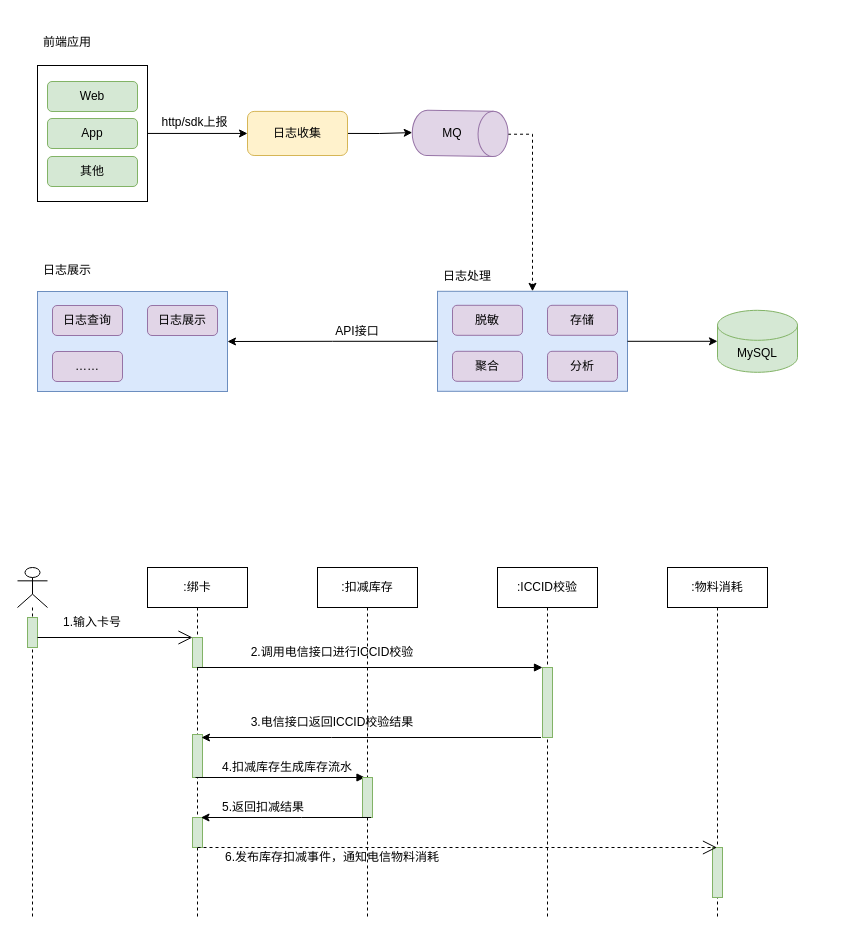
Above: 日志埋点收集.drawio in vvhard/draw_io (draw.io), before the change. Source tidied: cells renumbered, new cells numbered last; positions are measured from the earlier drawing's top-left corner, leaving out a move shared by most shapes. Both pictures are drawn from the tidied source at 100%, with x=0, y=0 at pixel (17, 27).
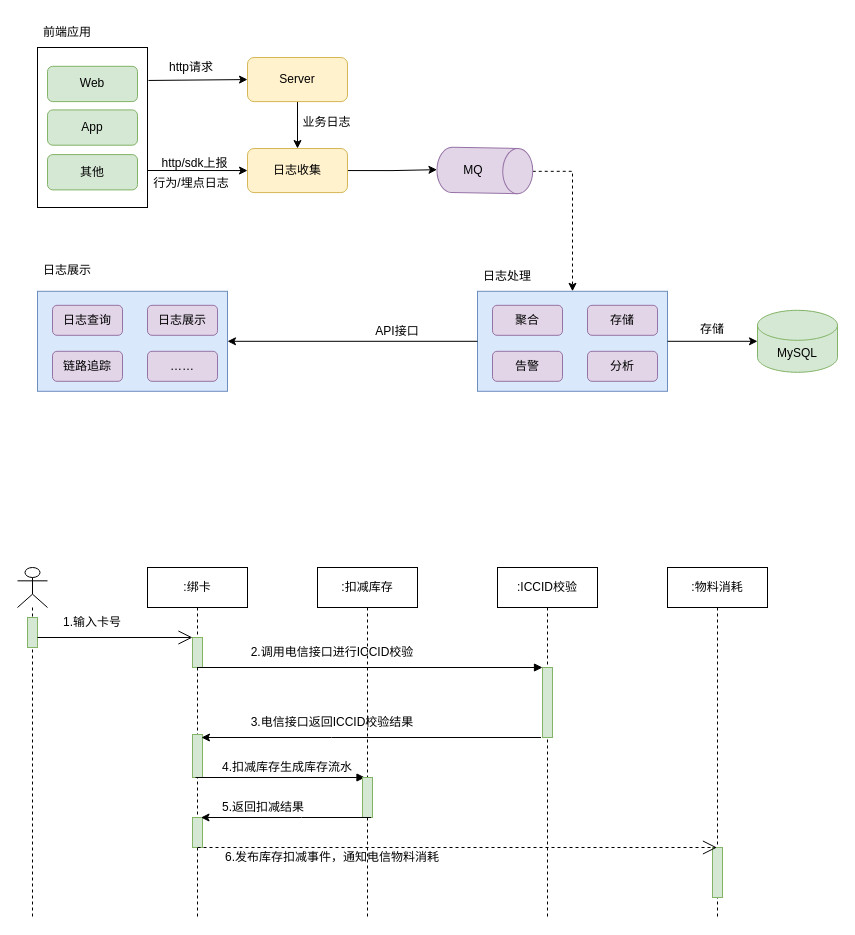
The same page after the edit.

Commit message:
更新日志埋点收集.drawio

Change to the diagram source:
```diff
@@
     <mxCell id="3" style="shape=cylinder3;whiteSpace=wrap;html=1;boundedLbl=1;backgroundOutline=1;size=15;rotation=91;fillColor=#e1d5e7;strokeColor=#9673a6;" parent="1" vertex="1">
-      <mxGeometry x="420" y="58" width="45.3" height="95.8" as="geometry" />
+      <mxGeometry x="444.7" y="95.1" width="45.3" height="95.8" as="geometry" />
     </mxCell>
     <mxCell id="4" style="group;" parent="1" vertex="1">
-      <mxGeometry x="20" y="264" width="190" height="100" as="geometry" />
+      <mxGeometry x="20" y="263.8" width="190" height="100" as="geometry" />
     </mxCell>
@@
-    <mxCell id="8" value="……" style="rounded=1;whiteSpace=wrap;html=1;fillColor=#e1d5e7;strokeColor=#9673a6;" parent="4" vertex="1">
+    <mxCell id="8" value="链路追踪" style="rounded=1;whiteSpace=wrap;html=1;fillColor=#e1d5e7;strokeColor=#9673a6;" parent="4" vertex="1">
       <mxGeometry x="15" y="60" width="70" height="30" as="geometry" />
     </mxCell>
+    <mxCell id="56" value="……" style="rounded=1;whiteSpace=wrap;html=1;fillColor=#e1d5e7;strokeColor=#9673a6;" parent="4" vertex="1">
+      <mxGeometry x="110" y="60" width="70" height="30" as="geometry" />
+    </mxCell>
     <mxCell id="9" style="group;" parent="1" vertex="1">
-      <mxGeometry x="420" y="263.8" width="190" height="100" as="geometry" />
+      <mxGeometry x="460" y="263.8" width="190" height="100" as="geometry" />
     </mxCell>
@@
-    <mxCell id="11" value="脱敏" style="rounded=1;whiteSpace=wrap;html=1;fillColor=#e1d5e7;strokeColor=#9673a6;" parent="9" vertex="1">
+    <mxCell id="11" value="聚合" style="rounded=1;whiteSpace=wrap;html=1;fillColor=#e1d5e7;strokeColor=#9673a6;" parent="9" vertex="1">
       <mxGeometry x="15" y="14" width="70" height="30" as="geometry" />
     </mxCell>
@@
-    <mxCell id="13" value="聚合" style="rounded=1;whiteSpace=wrap;html=1;fillColor=#e1d5e7;strokeColor=#9673a6;" parent="9" vertex="1">
+    <mxCell id="13" value="告警" style="rounded=1;whiteSpace=wrap;html=1;fillColor=#e1d5e7;strokeColor=#9673a6;" parent="9" vertex="1">
       <mxGeometry x="15" y="60" width="70" height="30" as="geometry" />
     </mxCell>
@@
     <mxCell id="15" value="日志展示" style="text;html=1;strokeColor=none;fillColor=none;align=center;verticalAlign=middle;whiteSpace=wrap;rounded=0;" parent="1" vertex="1">
-      <mxGeometry x="20" y="228" width="60" height="30" as="geometry" />
+      <mxGeometry x="20" y="227.8" width="60" height="30" as="geometry" />
     </mxCell>
     <mxCell id="16" value="日志处理" style="text;html=1;strokeColor=none;fillColor=none;align=center;verticalAlign=middle;whiteSpace=wrap;rounded=0;" parent="1" vertex="1">
-      <mxGeometry x="420" y="233.8" width="60" height="30" as="geometry" />
+      <mxGeometry x="460" y="233.8" width="60" height="30" as="geometry" />
     </mxCell>
@@
     <mxCell id="19" value="API接口" style="text;html=1;strokeColor=none;fillColor=none;align=center;verticalAlign=middle;whiteSpace=wrap;rounded=0;" parent="1" vertex="1">
-      <mxGeometry x="310" y="289" width="60" height="30" as="geometry" />
+      <mxGeometry x="350" y="289" width="60" height="30" as="geometry" />
     </mxCell>
     <mxCell id="20" value="MySQL" style="shape=cylinder3;whiteSpace=wrap;html=1;boundedLbl=1;backgroundOutline=1;size=15;fillColor=#d5e8d4;strokeColor=#82b366;" parent="1" vertex="1">
-      <mxGeometry x="700" y="282.8" width="80" height="62" as="geometry" />
+      <mxGeometry x="740" y="282.8" width="80" height="62" as="geometry" />
     </mxCell>
@@
     <mxCell id="22" value="日志收集" style="rounded=1;whiteSpace=wrap;html=1;fillColor=#fff2cc;strokeColor=#d6b656;" parent="1" vertex="1">
-      <mxGeometry x="230" y="83.9" width="100" height="44.1" as="geometry" />
+      <mxGeometry x="230" y="121" width="100" height="44.1" as="geometry" />
     </mxCell>
     <mxCell id="23" value="MQ" style="text;html=1;strokeColor=none;fillColor=none;align=center;verticalAlign=middle;whiteSpace=wrap;rounded=0;" parent="1" vertex="1">
-      <mxGeometry x="405" y="91" width="60" height="30" as="geometry" />
+      <mxGeometry x="426" y="128" width="60" height="30" as="geometry" />
     </mxCell>
     <mxCell id="24" value="前端应用" style="text;html=1;strokeColor=none;fillColor=none;align=center;verticalAlign=middle;whiteSpace=wrap;rounded=0;" parent="1" vertex="1">
-      <mxGeometry x="20" width="60" height="30" as="geometry" />
+      <mxGeometry x="20" y="-10" width="60" height="30" as="geometry" />
     </mxCell>
     <mxCell id="25" style="group;fillColor=#d5e8d4;strokeColor=#82b366;" parent="1" vertex="1">
-      <mxGeometry x="20" y="38" width="110" height="136" as="geometry" />
+      <mxGeometry x="20" y="20" width="110" height="160" as="geometry" />
     </mxCell>
     <mxCell id="26" style="rounded=0;whiteSpace=wrap;html=1;" parent="25" vertex="1">
-      <mxGeometry width="110" height="136" as="geometry" />
+      <mxGeometry width="110" height="160" as="geometry" />
     </mxCell>
     <mxCell id="27" value="Web" style="rounded=1;whiteSpace=wrap;html=1;fillColor=#d5e8d4;strokeColor=#82b366;" parent="25" vertex="1">
-      <mxGeometry x="10" y="16" width="90" height="30" as="geometry" />
+      <mxGeometry x="10" y="18.8" width="90" height="35.3" as="geometry" />
     </mxCell>
     <mxCell id="28" value="App" style="rounded=1;whiteSpace=wrap;html=1;fillColor=#d5e8d4;strokeColor=#82b366;" parent="25" vertex="1">
-      <mxGeometry x="10" y="53" width="90" height="30" as="geometry" />
+      <mxGeometry x="10" y="62.4" width="90" height="35.3" as="geometry" />
     </mxCell>
     <mxCell id="29" value="其他" style="rounded=1;whiteSpace=wrap;html=1;fillColor=#d5e8d4;strokeColor=#82b366;" parent="25" vertex="1">
-      <mxGeometry x="10" y="91" width="90" height="30" as="geometry" />
+      <mxGeometry x="10" y="107.1" width="90" height="35.3" as="geometry" />
     </mxCell>
-    <mxCell id="30" style="edgeStyle=orthogonalEdgeStyle;rounded=0;jettySize=auto;html=1;entryX=0;entryY=0.5;entryDx=0;entryDy=0;" parent="1" edge="1" source="26" target="22">
-      <mxGeometry relative="1" as="geometry" />
-    </mxCell>
-    <mxCell id="31" value="http/sdk上报" style="text;html=1;strokeColor=none;fillColor=none;align=center;verticalAlign=middle;whiteSpace=wrap;rounded=0;" parent="1" vertex="1">
-      <mxGeometry x="140" y="80" width="75" height="30" as="geometry" />
+    <mxCell id="31" value="http请求" style="text;html=1;strokeColor=none;fillColor=none;align=center;verticalAlign=middle;whiteSpace=wrap;rounded=0;" parent="1" vertex="1">
+      <mxGeometry x="140" y="30" width="67.5" height="20" as="geometry" />
     </mxCell>
@@
+    <mxCell id="57" style="edgeStyle=orthogonalEdgeStyle;rounded=0;jettySize=auto;html=1;exitX=0.5;exitY=1;exitDx=0;exitDy=0;entryX=0.5;entryY=0;entryDx=0;entryDy=0;" parent="1" edge="1" source="58" target="22">
+      <mxGeometry relative="1" as="geometry" />
+    </mxCell>
+    <mxCell id="58" value="Server" style="rounded=1;whiteSpace=wrap;html=1;fillColor=#fff2cc;strokeColor=#d6b656;" parent="1" vertex="1">
+      <mxGeometry x="230" y="30" width="100" height="44.1" as="geometry" />
+    </mxCell>
+    <mxCell id="59" style="endArrow=classic;html=1;rounded=0;entryX=0;entryY=0.5;entryDx=0;entryDy=0;" parent="1" edge="1" target="22">
+      <mxGeometry relative="1" as="geometry">
+        <mxPoint x="130" y="143" as="sourcePoint" />
+      </mxGeometry>
+    </mxCell>
+    <mxCell id="60" value="http/sdk上报" style="text;html=1;strokeColor=none;fillColor=none;align=center;verticalAlign=middle;whiteSpace=wrap;rounded=0;" parent="1" vertex="1">
+      <mxGeometry x="140" y="121" width="75" height="30" as="geometry" />
+    </mxCell>
+    <mxCell id="61" value="业务日志" style="text;html=1;strokeColor=none;fillColor=none;align=center;verticalAlign=middle;whiteSpace=wrap;rounded=0;" parent="1" vertex="1">
+      <mxGeometry x="282.5" y="85.5" width="52.5" height="19" as="geometry" />
+    </mxCell>
+    <mxCell id="62" style="endArrow=classic;html=1;rounded=0;entryX=0;entryY=0.5;entryDx=0;entryDy=0;exitX=1.009;exitY=0.206;exitDx=0;exitDy=0;exitPerimeter=0;" parent="1" edge="1" source="26" target="58">
+      <mxGeometry relative="1" as="geometry" />
+    </mxCell>
+    <mxCell id="63" value="存储" style="text;html=1;strokeColor=none;fillColor=none;align=center;verticalAlign=middle;whiteSpace=wrap;rounded=0;" parent="1" vertex="1">
+      <mxGeometry x="670" y="293" width="50" height="17.2" as="geometry" />
+    </mxCell>
+    <mxCell id="64" value="行为/埋点日志" style="text;html=1;strokeColor=none;fillColor=none;align=center;verticalAlign=middle;whiteSpace=wrap;rounded=0;" parent="1" vertex="1">
+      <mxGeometry x="130.6" y="146.1" width="86.2" height="19" as="geometry" />
+    </mxCell>
```
